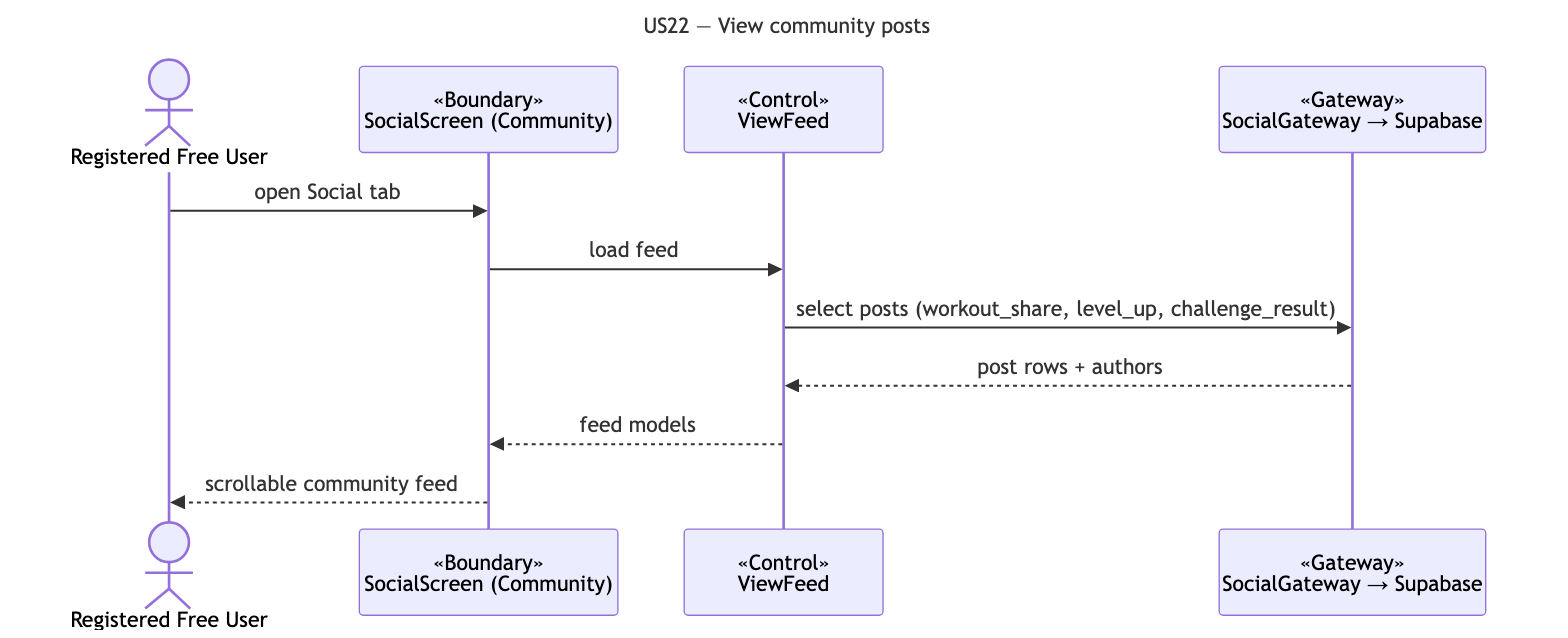
Before: docs/deliverables/sequence-diagrams/US22-view-feed.png, a diagram exported from Mermaid (cyuanjun/FYP-26-S2-37-app). Its source is kept beside it as docs/deliverables/sequence-diagrams/src/US22-view-feed.mmd. Its diagram source:
```mermaid
---
title: "US22 — View community posts"
---
sequenceDiagram
  actor A as Registered Free User
  participant B as «Boundary»<br/>SocialScreen (Community)
  participant C as «Control»<br/>ViewFeed
  participant G as «Gateway»<br/>SocialGateway → Supabase
  A->>B: open Social tab
  B->>C: load feed
  C->>G: select posts (workout_share, level_up, challenge_result)
  G-->>C: post rows + authors
  C-->>B: feed models
  B-->>A: scrollable community feed
```
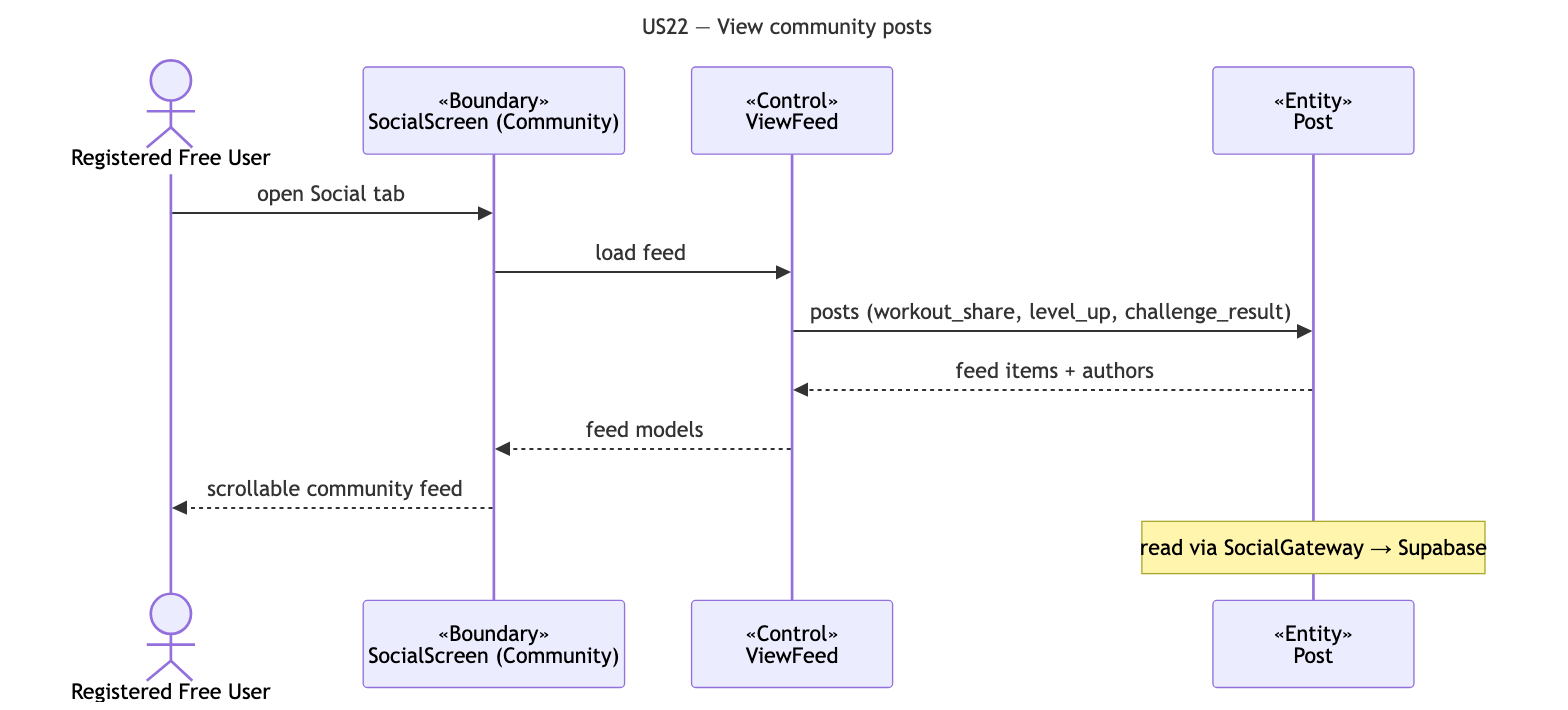
Later version of the same file.

What changed in the source:
```diff
@@ -5,10 +5,11 @@
   actor A as Registered Free User
   participant B as «Boundary»<br/>SocialScreen (Community)
   participant C as «Control»<br/>ViewFeed
-  participant G as «Gateway»<br/>SocialGateway → Supabase
+  participant E as «Entity»<br/>Post
   A->>B: open Social tab
   B->>C: load feed
-  C->>G: select posts (workout_share, level_up, challenge_result)
-  G-->>C: post rows + authors
+  C->>E: posts (workout_share, level_up, challenge_result)
+  E-->>C: feed items + authors
   C-->>B: feed models
   B-->>A: scrollable community feed
+  note over E: read via SocialGateway → Supabase
```
